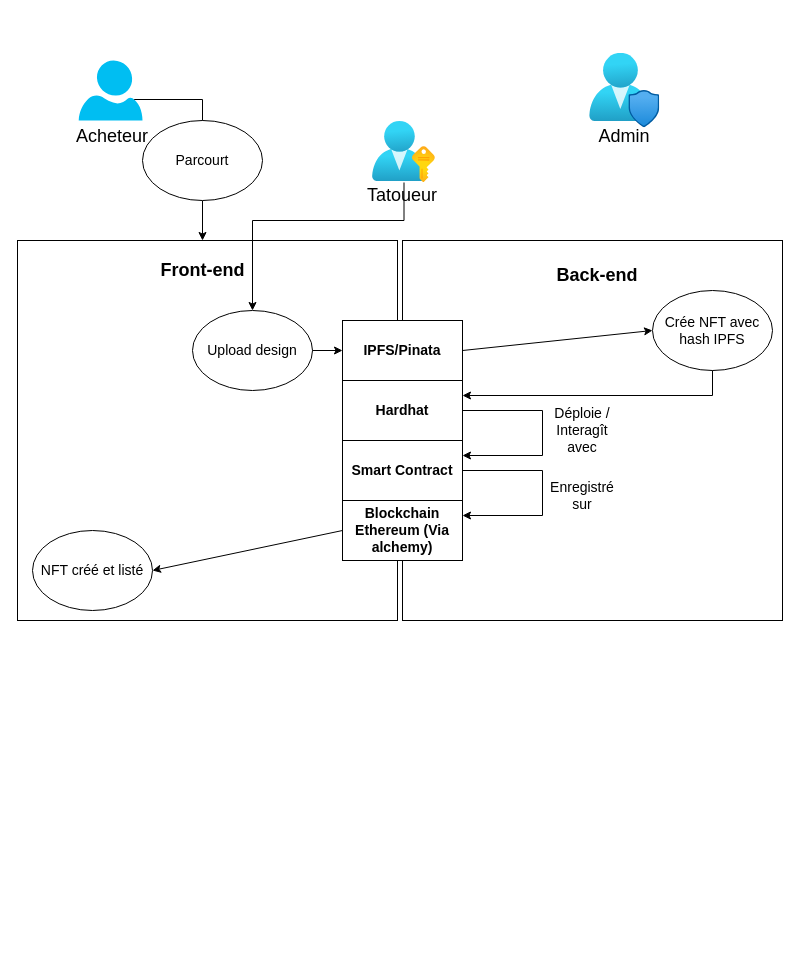
Lodidiz/NFTMarketplaceTattoo keeps this draw.io diagram as Diagramme sans nom.drawio. Above is the earlier version. Source tidied: cells renumbered, new cells numbered last; positions are measured from the earlier drawing's top-left corner, leaving out a move shared by most shapes. Both pictures are drawn from the tidied source at 100%, with x=0, y=0 at pixel (17, 53).
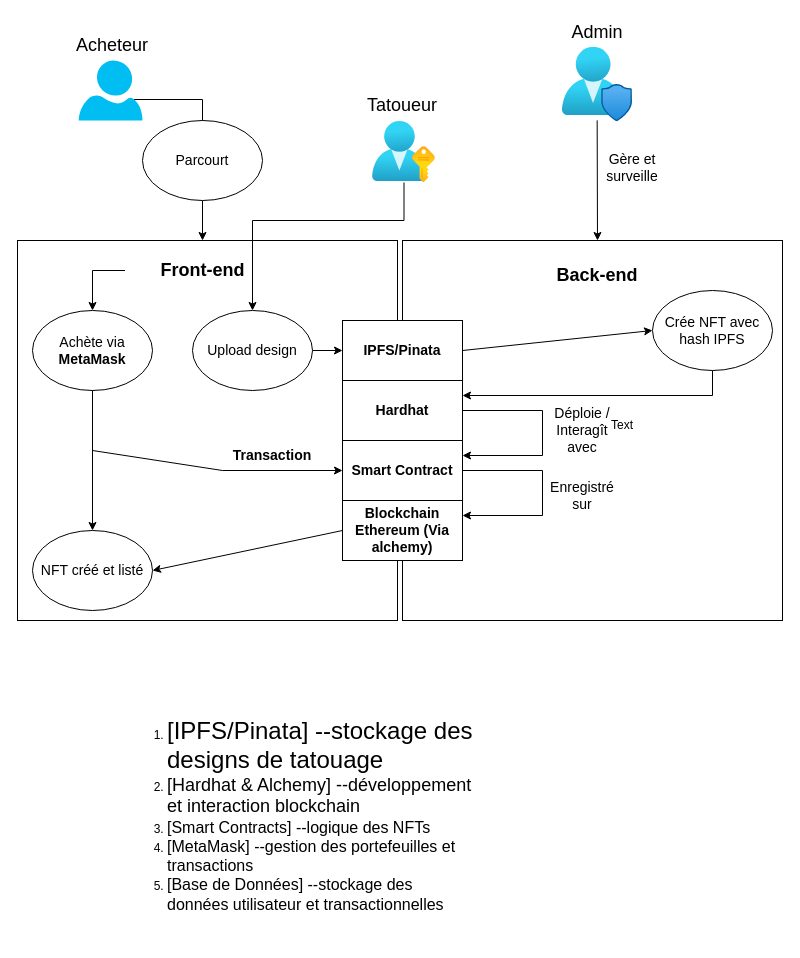
The same page after the edit.

Commit message:
Mettre à jour Diagramme sans nom.drawio

The change refers to these unchanged cells:
```xml
<mxCell id="11" value="&lt;b&gt;&lt;font style=&quot;font-size: 18px;&quot;&gt;Front-end&lt;/font&gt;&lt;/b&gt;" style="text;html=1;strokeColor=none;fillColor=none;align=center;verticalAlign=middle;whiteSpace=wrap;rounded=0;" parent="1" vertex="1">
  <mxGeometry x="107.5" y="187" width="155" height="60" as="geometry" />
</mxCell>
<mxCell id="12" value="&lt;font style=&quot;font-size: 18px;&quot;&gt;&lt;b&gt;Back-end&lt;/b&gt;&lt;/font&gt;" style="text;html=1;strokeColor=none;fillColor=none;align=center;verticalAlign=middle;whiteSpace=wrap;rounded=0;" parent="1" vertex="1">
  <mxGeometry x="510" y="187" width="140" height="70" as="geometry" />
</mxCell>
<mxCell id="20" value="&lt;font style=&quot;font-size: 14px;&quot;&gt;&lt;b&gt;Smart Contract&lt;/b&gt;&lt;/font&gt;" style="rounded=0;whiteSpace=wrap;html=1;" parent="1" vertex="1">
  <mxGeometry x="325" y="387" width="120" height="60" as="geometry" />
</mxCell>
<mxCell id="26" value="&lt;font style=&quot;font-size: 14px;&quot;&gt;NFT créé et listé&lt;/font&gt;" style="ellipse;whiteSpace=wrap;html=1;" parent="1" vertex="1">
  <mxGeometry x="15" y="477" width="120" height="80" as="geometry" />
</mxCell>
```

The edit, as a diff of the source:
```diff
@@
     <mxCell id="4" value="&lt;font style=&quot;font-size: 18px;&quot;&gt;Tatoueur&lt;/font&gt;" style="text;html=1;strokeColor=none;fillColor=none;align=center;verticalAlign=middle;whiteSpace=wrap;rounded=0;" parent="1" vertex="1">
-      <mxGeometry x="355" y="127" width="60" height="30" as="geometry" />
+      <mxGeometry x="355" y="37" width="60" height="30" as="geometry" />
     </mxCell>
@@
     <mxCell id="6" value="&lt;font style=&quot;font-size: 18px;&quot;&gt;Acheteur&lt;/font&gt;" style="text;html=1;strokeColor=none;fillColor=none;align=center;verticalAlign=middle;whiteSpace=wrap;rounded=0;" parent="1" vertex="1">
-      <mxGeometry x="65" y="67" width="60" height="31" as="geometry" />
+      <mxGeometry x="65" y="-24" width="60" height="31" as="geometry" />
     </mxCell>
     <mxCell id="7" style="image;html=1;points=[];align=center;fontSize=12;image=img/lib/azure2/management_governance/User_Privacy.svg;" parent="1" vertex="1">
-      <mxGeometry x="572.2" y="-0.2" width="70.1" height="74.5" as="geometry" />
+      <mxGeometry x="544.9" y="-6.2" width="70.1" height="74.5" as="geometry" />
     </mxCell>
     <mxCell id="8" value="&lt;font style=&quot;font-size: 18px;&quot;&gt;Admin&lt;/font&gt;" style="text;html=1;strokeColor=none;fillColor=none;align=center;verticalAlign=middle;whiteSpace=wrap;rounded=0;" parent="1" vertex="1">
-      <mxGeometry x="577.2" y="68" width="60" height="30" as="geometry" />
+      <mxGeometry x="550" y="-36.2" width="60" height="30" as="geometry" />
     </mxCell>
@@
+    <mxCell id="32" value="&lt;font style=&quot;font-size: 14px;&quot;&gt;Achète via &lt;b&gt;MetaMask&lt;/b&gt;&lt;/font&gt;" style="ellipse;whiteSpace=wrap;html=1;" parent="1" vertex="1">
+      <mxGeometry x="15" y="257" width="120" height="80" as="geometry" />
+    </mxCell>
+    <mxCell id="33" style="endArrow=classic;html=1;rounded=0;exitX=0.5;exitY=1;exitDx=0;exitDy=0;entryX=0.5;entryY=0;entryDx=0;entryDy=0;" parent="1" edge="1" source="32" target="26">
+      <mxGeometry relative="1" as="geometry" />
+    </mxCell>
+    <mxCell id="34" style="endArrow=classic;html=1;rounded=0;exitX=0;exitY=0.5;exitDx=0;exitDy=0;entryX=0.5;entryY=0;entryDx=0;entryDy=0;" parent="1" edge="1" source="11" target="32">
+      <mxGeometry relative="1" as="geometry">
+        <Array as="points">
+          <mxPoint x="75" y="217" />
+        </Array>
+      </mxGeometry>
+    </mxCell>
+    <mxCell id="35" style="endArrow=classic;html=1;rounded=0;entryX=0;entryY=0.5;entryDx=0;entryDy=0;" parent="1" edge="1" target="20">
+      <mxGeometry relative="1" as="geometry">
+        <mxPoint x="75" y="397" as="sourcePoint" />
+        <Array as="points">
+          <mxPoint x="205" y="417" />
+        </Array>
+      </mxGeometry>
+    </mxCell>
+    <mxCell id="36" value="Text" style="text;html=1;strokeColor=none;fillColor=none;align=center;verticalAlign=middle;whiteSpace=wrap;rounded=0;" parent="1" vertex="1">
+      <mxGeometry x="575" y="357" width="60" height="30" as="geometry" />
+    </mxCell>
+    <mxCell id="37" value="&lt;font style=&quot;font-size: 14px;&quot;&gt;&lt;b&gt;Transaction&lt;/b&gt;&lt;/font&gt;" style="text;html=1;strokeColor=none;fillColor=none;align=center;verticalAlign=middle;whiteSpace=wrap;rounded=0;" parent="1" vertex="1">
+      <mxGeometry x="225" y="387" width="60" height="30" as="geometry" />
+    </mxCell>
+    <mxCell id="38" style="endArrow=classic;html=1;rounded=0;entryX=0.5;entryY=0;entryDx=0;entryDy=0;exitX=0.496;exitY=0.981;exitDx=0;exitDy=0;exitPerimeter=0;" parent="1" edge="1" source="7" target="12">
+      <mxGeometry relative="1" as="geometry" />
+    </mxCell>
+    <mxCell id="39" value="&lt;font style=&quot;font-size: 14px;&quot;&gt;Gère et surveille&lt;/font&gt;" style="text;html=1;strokeColor=none;fillColor=none;align=center;verticalAlign=middle;whiteSpace=wrap;rounded=0;" parent="1" vertex="1">
+      <mxGeometry x="585" y="99" width="60" height="30" as="geometry" />
+    </mxCell>
+    <mxCell id="40" value="&lt;ol&gt;&lt;li&gt;&lt;span style=&quot;background-color: initial;&quot;&gt;&lt;font style=&quot;font-size: 24px;&quot;&gt;[IPFS/Pinata] --stockage des designs de tatouage&amp;nbsp;&lt;/font&gt;&lt;/span&gt;&lt;/li&gt;&lt;li&gt;&lt;span style=&quot;background-color: initial;&quot;&gt;&lt;font style=&quot;font-size: 18px;&quot;&gt;[Hardhat &amp;amp; Alchemy] --développement et interaction blockchain&amp;nbsp;&lt;/font&gt;&lt;/span&gt;&lt;/li&gt;&lt;li&gt;&lt;span style=&quot;background-color: initial;&quot;&gt;&lt;font size=&quot;3&quot;&gt;[Smart Contracts] --logique des NFTs&amp;nbsp;&lt;/font&gt;&lt;/span&gt;&lt;/li&gt;&lt;li&gt;&lt;span style=&quot;background-color: initial;&quot;&gt;&lt;font size=&quot;3&quot;&gt;[MetaMask] --gestion des portefeuilles et transactions&amp;nbsp;&lt;/font&gt;&lt;/span&gt;&lt;/li&gt;&lt;li&gt;&lt;span style=&quot;background-color: initial;&quot;&gt;&lt;font size=&quot;3&quot;&gt;[Base de Données] --stockage des données utilisateur et transactionnelles&lt;/font&gt;&lt;/span&gt;&lt;br&gt;&lt;/li&gt;&lt;/ol&gt;" style="text;strokeColor=none;fillColor=none;html=1;whiteSpace=wrap;verticalAlign=middle;overflow=hidden;" parent="1" vertex="1">
+      <mxGeometry x="107.5" y="637" width="350" height="250" as="geometry" />
+    </mxCell>
```
